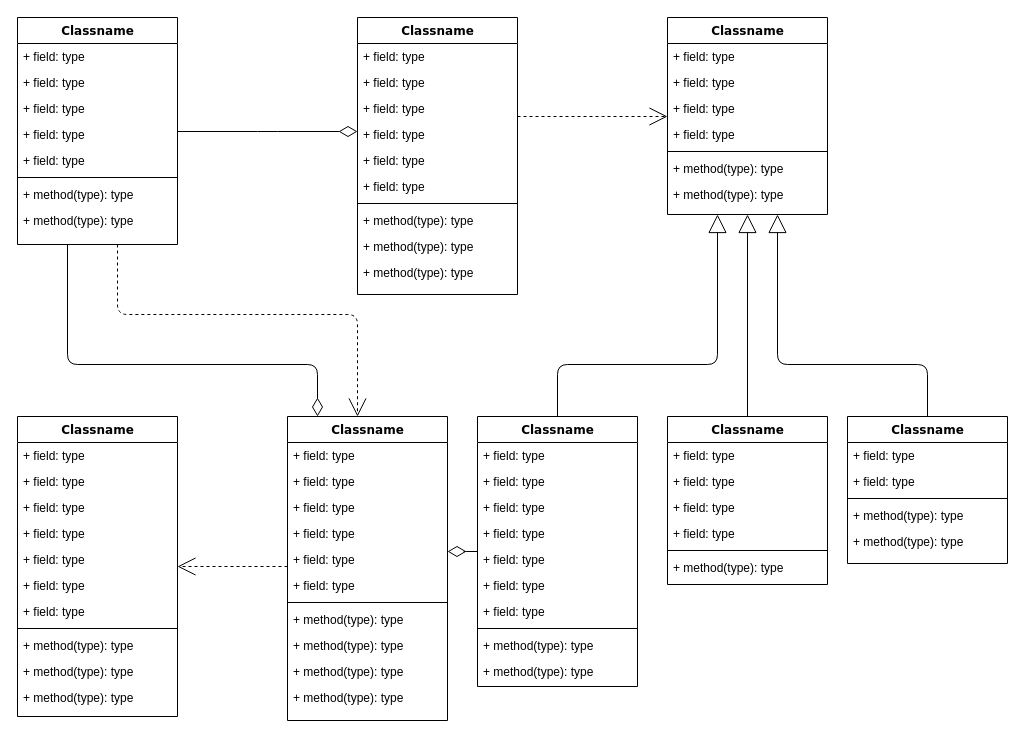
This is Untitled Diagram.drawio from natera30/Page-Navigation-using-MVVM, a draw.io file, before an edit. Source tidied: cells renumbered, new cells numbered last; positions are measured from the earlier drawing's top-left corner, leaving out a move shared by most shapes. Both pictures are drawn from the tidied source at 100%, with x=0, y=0 at pixel (17, 17).
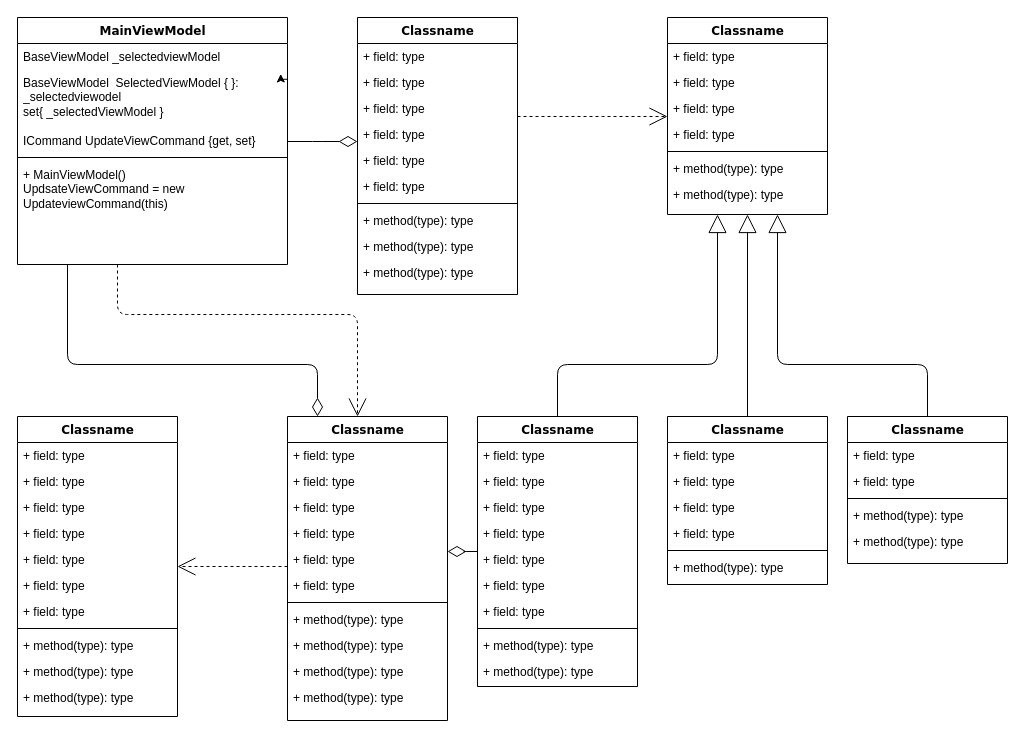
Above is the later version.

The edit, as a diff of the source:
```diff
@@
-    <mxCell id="4" value="Classname" style="swimlane;html=1;fontStyle=1;align=center;verticalAlign=top;horizontal=1;startSize=26;swimlaneFillColor=#ffffff;rounded=0;shadow=0;comic=0;labelBackgroundColor=none;strokeWidth=1;fillColor=none;fontFamily=Verdana;fontSize=12;" parent="1" vertex="1">
-      <mxGeometry width="160" height="227" as="geometry" />
+    <mxCell id="4" value="MainViewModel" style="swimlane;html=1;fontStyle=1;align=center;verticalAlign=top;horizontal=1;startSize=26;swimlaneFillColor=#ffffff;rounded=0;shadow=0;comic=0;labelBackgroundColor=none;strokeWidth=1;fillColor=none;fontFamily=Verdana;fontSize=12;" parent="1" vertex="1">
+      <mxGeometry width="270" height="247" as="geometry" />
     </mxCell>
-    <mxCell id="5" value="+ field: type" style="text;html=1;strokeColor=none;fillColor=none;align=left;verticalAlign=top;spacingLeft=4;spacingRight=4;whiteSpace=wrap;overflow=hidden;" parent="4" vertex="1">
-      <mxGeometry y="26" width="160" height="26" as="geometry" />
-    </mxCell>
-    <mxCell id="6" value="+ field: type" style="text;html=1;strokeColor=none;fillColor=none;align=left;verticalAlign=top;spacingLeft=4;spacingRight=4;whiteSpace=wrap;overflow=hidden;" parent="4" vertex="1">
-      <mxGeometry y="52" width="160" height="26" as="geometry" />
-    </mxCell>
-    <mxCell id="7" value="+ field: type" style="text;html=1;strokeColor=none;fillColor=none;align=left;verticalAlign=top;spacingLeft=4;spacingRight=4;whiteSpace=wrap;overflow=hidden;" parent="4" vertex="1">
-      <mxGeometry y="78" width="160" height="26" as="geometry" />
-    </mxCell>
-    <mxCell id="8" value="+ field: type" style="text;html=1;strokeColor=none;fillColor=none;align=left;verticalAlign=top;spacingLeft=4;spacingRight=4;whiteSpace=wrap;overflow=hidden;" parent="4" vertex="1">
-      <mxGeometry y="104" width="160" height="26" as="geometry" />
+    <mxCell id="8" value="BaseViewModel _selectedviewModel" style="text;html=1;strokeColor=none;fillColor=none;align=left;verticalAlign=top;spacingLeft=4;spacingRight=4;whiteSpace=wrap;overflow=hidden;" parent="4" vertex="1">
+      <mxGeometry y="26" width="270" height="26" as="geometry" />
     </mxCell>
-    <mxCell id="9" value="+ field: type" style="text;html=1;strokeColor=none;fillColor=none;align=left;verticalAlign=top;spacingLeft=4;spacingRight=4;whiteSpace=wrap;overflow=hidden;points=[[0,0.5],[1,0.5]];portConstraint=eastwest;" parent="4" vertex="1">
-      <mxGeometry y="130" width="160" height="26" as="geometry" />
+    <mxCell id="9" value="BaseViewModel&amp;nbsp; SelectedViewModel { }: _selectedviewodel&lt;br&gt;set{ _selectedViewModel }" style="text;html=1;strokeColor=none;fillColor=none;align=left;verticalAlign=top;spacingLeft=4;spacingRight=4;whiteSpace=wrap;overflow=hidden;points=[[0,0.5],[1,0.5]];portConstraint=eastwest;" parent="4" vertex="1">
+      <mxGeometry y="52" width="270" height="58" as="geometry" />
     </mxCell>
+    <mxCell id="87" value="ICommand UpdateViewCommand {get, set}" style="text;html=1;strokeColor=none;fillColor=none;align=left;verticalAlign=top;spacingLeft=4;spacingRight=4;whiteSpace=wrap;overflow=hidden;" parent="4" vertex="1">
+      <mxGeometry y="110" width="270" height="26" as="geometry" />
+    </mxCell>
     <mxCell id="10" style="line;html=1;strokeWidth=1;fillColor=none;align=left;verticalAlign=middle;spacingTop=-1;spacingLeft=3;spacingRight=3;labelPosition=right;" parent="4" vertex="1">
-      <mxGeometry y="156" width="160" height="8" as="geometry" />
+      <mxGeometry y="136" width="270" height="8" as="geometry" />
     </mxCell>
-    <mxCell id="11" value="+ method(type): type" style="text;html=1;strokeColor=none;fillColor=none;align=left;verticalAlign=top;spacingLeft=4;spacingRight=4;whiteSpace=wrap;overflow=hidden;" parent="4" vertex="1">
-      <mxGeometry y="164" width="160" height="26" as="geometry" />
+    <mxCell id="11" value="+ MainViewModel()&lt;br&gt;UpdsateViewCommand = new UpdateviewCommand(this)&amp;nbsp;" style="text;html=1;strokeColor=none;fillColor=none;align=left;verticalAlign=top;spacingLeft=4;spacingRight=4;whiteSpace=wrap;overflow=hidden;" parent="4" vertex="1">
+      <mxGeometry y="144" width="270" height="66" as="geometry" />
     </mxCell>
-    <mxCell id="12" value="+ method(type): type" style="text;html=1;strokeColor=none;fillColor=none;align=left;verticalAlign=top;spacingLeft=4;spacingRight=4;whiteSpace=wrap;overflow=hidden;" parent="4" vertex="1">
-      <mxGeometry y="190" width="160" height="26" as="geometry" />
-    </mxCell>
+    <mxCell id="88" style="edgeStyle=orthogonalEdgeStyle;rounded=0;jettySize=auto;html=1;exitX=1;exitY=0.25;exitDx=0;exitDy=0;entryX=0.975;entryY=0.077;entryDx=0;entryDy=0;entryPerimeter=0;fontFamily=Helvetica;fontSize=12;fontColor=default;" parent="4" edge="1" source="4" target="9">
+      <mxGeometry relative="1" as="geometry" />
+    </mxCell>
```
